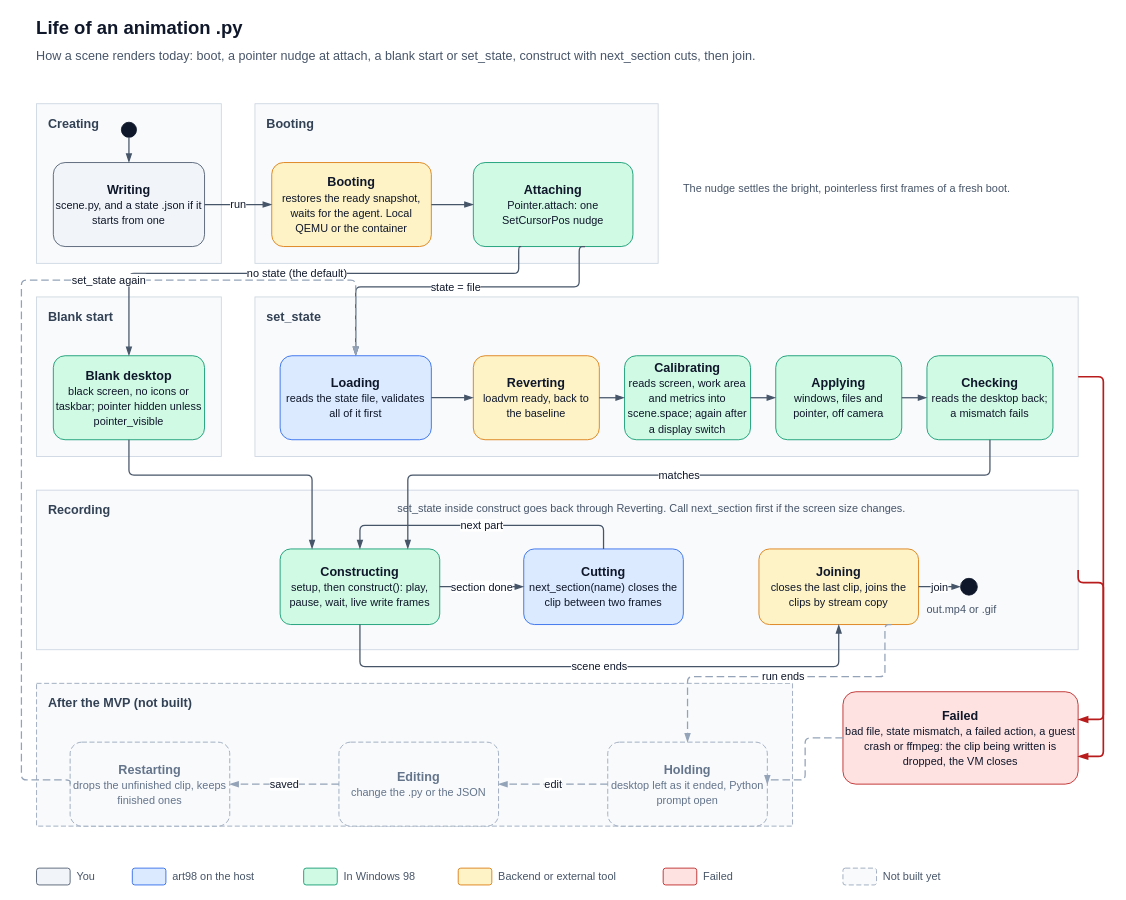
Before: docs/design/scene-lifecycle.drawio in StanLukuvka/98artware, a draw.io diagram. Source tidied: cells renumbered, new cells numbered last; positions are measured from the earlier drawing's top-left corner, leaving out a move shared by most shapes. Both pictures are drawn from the tidied source at 84%, with x=0, y=0 at pixel (21, 14).
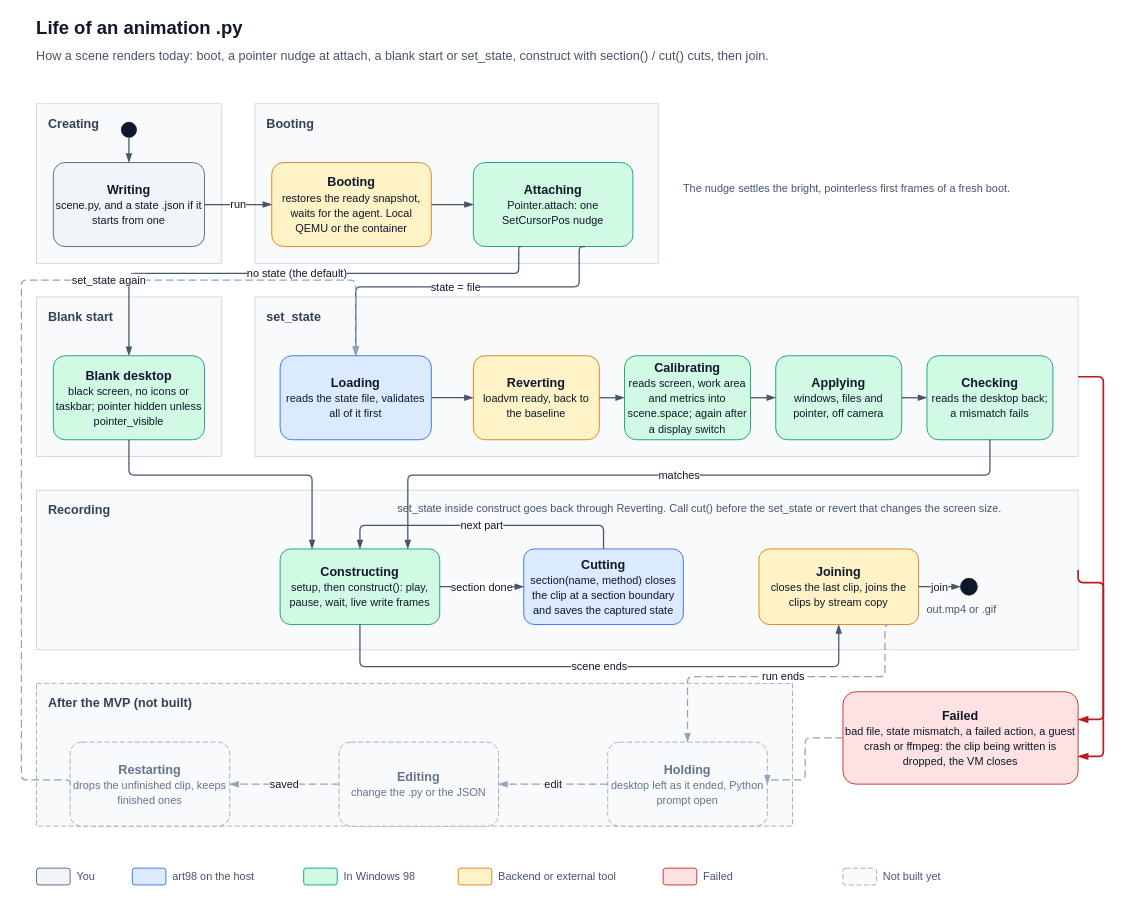
Above is the later version.

Change to the diagram source:
```diff
@@
-    <mxCell id="13" value="How a scene renders today: boot, a pointer nudge at attach, a blank start or set_state, construct with next_section cuts, then join." style="text;html=1;whiteSpace=wrap;strokeColor=none;fillColor=none;fontFamily=Helvetica;fontSize=15;fontColor=#475569;align=left;verticalAlign=middle;spacing=0;" parent="1" vertex="1">
+    <mxCell id="13" value="How a scene renders today: boot, a pointer nudge at attach, a blank start or set_state, construct with section() / cut() cuts, then join." style="text;html=1;whiteSpace=wrap;strokeColor=none;fillColor=none;fontFamily=Helvetica;fontSize=15;fontColor=#475569;align=left;verticalAlign=middle;spacing=0;" parent="1" vertex="1">
       <mxGeometry x="18" y="36" width="1100" height="24" as="geometry" />
     </mxCell>
@@
-    <mxCell id="30" value="&lt;b&gt;Cutting&lt;/b&gt;&lt;br&gt;&lt;span style=&quot;font-size:13px&quot;&gt;next_section(name) closes the clip between two frames&lt;/span&gt;" style="rounded=1;arcSize=14;fillColor=#DBEAFE;strokeColor=#2563EB;whiteSpace=wrap;html=1;fontFamily=Helvetica;fontSize=15;fontColor=#0F172A;align=center;verticalAlign=middle;spacing=4;" parent="1" vertex="1">
+    <mxCell id="30" value="&lt;b&gt;Cutting&lt;/b&gt;&lt;br&gt;&lt;span style=&quot;font-size:13px&quot;&gt;section(name, method) closes the clip at a section boundary and saves the captured state&lt;/span&gt;" style="rounded=1;arcSize=14;fillColor=#DBEAFE;strokeColor=#2563EB;whiteSpace=wrap;html=1;fontFamily=Helvetica;fontSize=15;fontColor=#0F172A;align=center;verticalAlign=middle;spacing=4;" parent="1" vertex="1">
       <mxGeometry x="598" y="636" width="190" height="90" as="geometry" />
     </mxCell>
@@
-    <mxCell id="32" value="set_state inside construct goes back through Reverting. Call next_section first if the screen size changes." style="text;html=1;whiteSpace=wrap;strokeColor=none;fillColor=none;fontFamily=Helvetica;fontSize=13;fontColor=#475569;align=left;verticalAlign=middle;spacing=0;" parent="1" vertex="1">
+    <mxCell id="32" value="set_state inside construct goes back through Reverting. Call cut() before the set_state or revert that changes the screen size." style="text;html=1;whiteSpace=wrap;strokeColor=none;fillColor=none;fontFamily=Helvetica;fontSize=13;fontColor=#475569;align=left;verticalAlign=middle;spacing=0;" parent="1" vertex="1">
       <mxGeometry x="448" y="576" width="780" height="22" as="geometry" />
     </mxCell>
```
